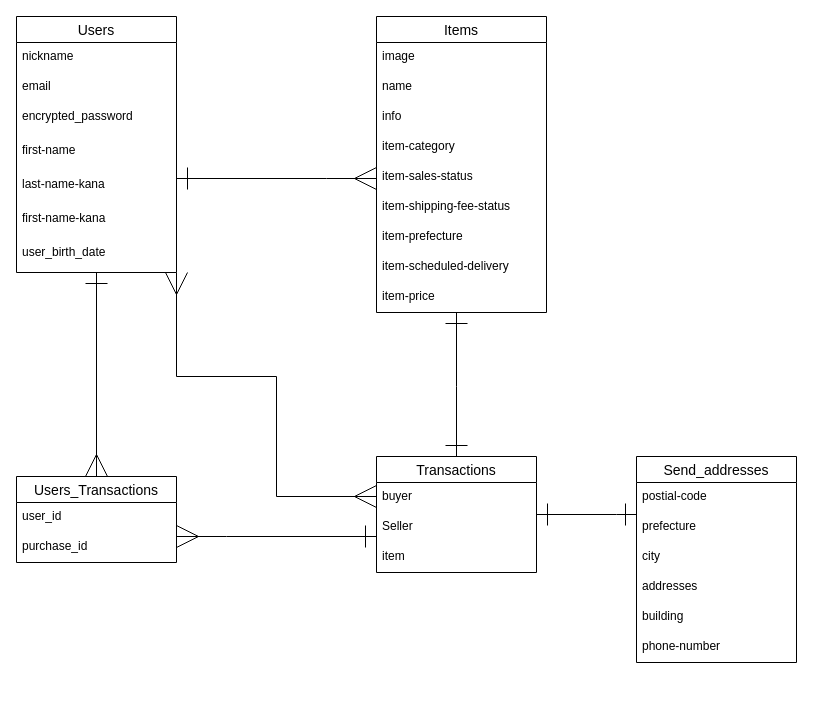
Above: furima.dio in TsunokakeTaiki/furima-31694 (draw.io), before the change. Source tidied: cells renumbered, new cells numbered last; positions are measured from the earlier drawing's top-left corner, leaving out a move shared by most shapes. Both pictures are drawn from the tidied source at 100%, with x=0, y=0 at pixel (16, 16).
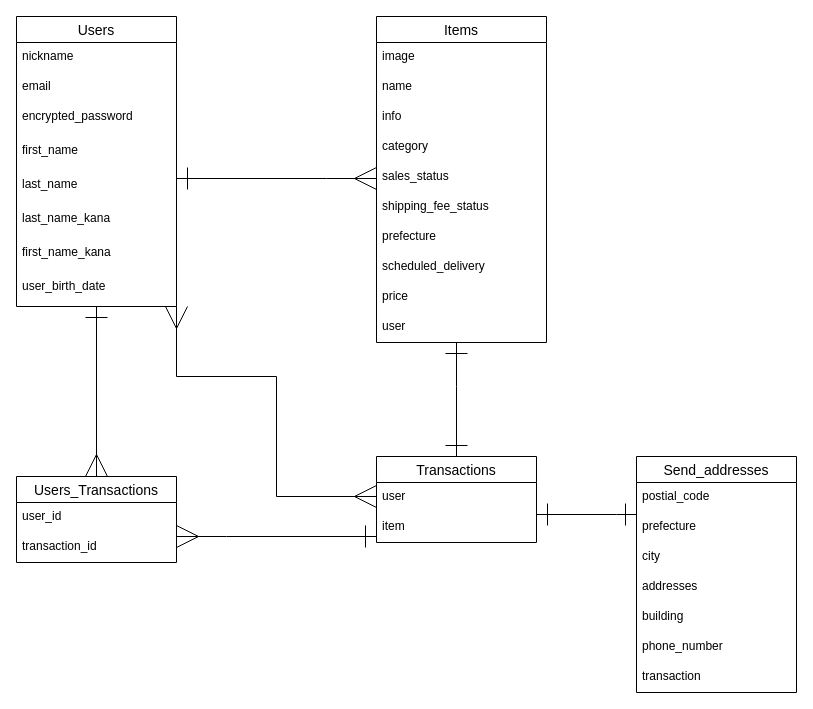
The same diagram, later.

Unchanged cells that the change refers to:
```xml
<mxCell id="30" value="Users_Transactions" style="swimlane;fontStyle=0;horizontal=1;startSize=26;align=center;fontSize=14;" parent="1" vertex="1">
  <mxGeometry y="460" width="160" height="86" as="geometry" />
</mxCell>
```

The edit, as a diff of the source:
```diff
@@
     <mxCell id="5" value="Transactions" style="swimlane;fontStyle=0;horizontal=1;startSize=26;align=center;fontSize=14;" parent="1" vertex="1">
-      <mxGeometry x="360" y="440" width="160" height="116" as="geometry" />
+      <mxGeometry x="360" y="440" width="160" height="86" as="geometry" />
     </mxCell>
-    <mxCell id="6" value="buyer" style="text;strokeColor=none;fillColor=none;spacingLeft=4;spacingRight=4;overflow=hidden;fontSize=12;" parent="5" vertex="1">
-      <mxGeometry y="26" width="160" height="30" as="geometry" />
-    </mxCell>
-    <mxCell id="7" value="Seller&#10;&#10;&#10;&#10;&#10;" style="text;strokeColor=none;fillColor=none;spacingLeft=4;spacingRight=4;overflow=hidden;fontSize=12;" parent="5" vertex="1">
-      <mxGeometry y="56" width="160" height="30" as="geometry" />
+    <mxCell id="7" value="user" style="text;strokeColor=none;fillColor=none;spacingLeft=4;spacingRight=4;overflow=hidden;fontSize=12;" parent="5" vertex="1">
+      <mxGeometry y="26" width="160" height="30" as="geometry" />
     </mxCell>
     <mxCell id="8" value="item" style="text;strokeColor=none;fillColor=none;spacingLeft=4;spacingRight=4;overflow=hidden;fontSize=12;" parent="5" vertex="1">
-      <mxGeometry y="86" width="160" height="30" as="geometry" />
+      <mxGeometry y="56" width="160" height="30" as="geometry" />
     </mxCell>
     <mxCell id="9" value="Items" style="swimlane;fontStyle=0;horizontal=1;startSize=26;align=center;fontSize=14;" parent="1" vertex="1">
-      <mxGeometry x="360" width="170" height="296" as="geometry" />
+      <mxGeometry x="360" width="170" height="326" as="geometry" />
     </mxCell>
@@
-    <mxCell id="13" value="item-category" style="text;strokeColor=none;fillColor=none;spacingLeft=4;spacingRight=4;overflow=hidden;fontSize=12;" parent="9" vertex="1">
+    <mxCell id="13" value="category" style="text;strokeColor=none;fillColor=none;spacingLeft=4;spacingRight=4;overflow=hidden;fontSize=12;" parent="9" vertex="1">
       <mxGeometry y="116" width="170" height="30" as="geometry" />
     </mxCell>
-    <mxCell id="14" value="item-sales-status" style="text;strokeColor=none;fillColor=none;spacingLeft=4;spacingRight=4;overflow=hidden;fontSize=12;" parent="9" vertex="1">
+    <mxCell id="14" value="sales_status" style="text;strokeColor=none;fillColor=none;spacingLeft=4;spacingRight=4;overflow=hidden;fontSize=12;" parent="9" vertex="1">
       <mxGeometry y="146" width="170" height="30" as="geometry" />
     </mxCell>
-    <mxCell id="15" value="item-shipping-fee-status" style="text;strokeColor=none;fillColor=none;spacingLeft=4;spacingRight=4;overflow=hidden;fontSize=12;" parent="9" vertex="1">
+    <mxCell id="15" value="shipping_fee_status" style="text;strokeColor=none;fillColor=none;spacingLeft=4;spacingRight=4;overflow=hidden;fontSize=12;" parent="9" vertex="1">
       <mxGeometry y="176" width="170" height="30" as="geometry" />
     </mxCell>
-    <mxCell id="16" value="item-prefecture" style="text;strokeColor=none;fillColor=none;spacingLeft=4;spacingRight=4;overflow=hidden;fontSize=12;" parent="9" vertex="1">
+    <mxCell id="16" value="prefecture" style="text;strokeColor=none;fillColor=none;spacingLeft=4;spacingRight=4;overflow=hidden;fontSize=12;" parent="9" vertex="1">
       <mxGeometry y="206" width="170" height="30" as="geometry" />
     </mxCell>
-    <mxCell id="17" value="item-scheduled-delivery" style="text;strokeColor=none;fillColor=none;spacingLeft=4;spacingRight=4;overflow=hidden;fontSize=12;" parent="9" vertex="1">
+    <mxCell id="17" value="scheduled_delivery" style="text;strokeColor=none;fillColor=none;spacingLeft=4;spacingRight=4;overflow=hidden;fontSize=12;" parent="9" vertex="1">
       <mxGeometry y="236" width="170" height="30" as="geometry" />
     </mxCell>
-    <mxCell id="18" value="item-price" style="text;strokeColor=none;fillColor=none;spacingLeft=4;spacingRight=4;overflow=hidden;fontSize=12;" parent="9" vertex="1">
+    <mxCell id="18" value="price" style="text;strokeColor=none;fillColor=none;spacingLeft=4;spacingRight=4;overflow=hidden;fontSize=12;" parent="9" vertex="1">
       <mxGeometry y="266" width="170" height="30" as="geometry" />
     </mxCell>
+    <mxCell id="40" value="user" style="text;strokeColor=none;fillColor=none;spacingLeft=4;spacingRight=4;overflow=hidden;fontSize=12;" parent="9" vertex="1">
+      <mxGeometry y="296" width="170" height="30" as="geometry" />
+    </mxCell>
@@
     <mxCell id="20" value="Users" style="swimlane;fontStyle=0;horizontal=1;startSize=26;align=center;fontSize=14;" parent="1" vertex="1">
-      <mxGeometry width="160" height="256" as="geometry" />
+      <mxGeometry width="160" height="290" as="geometry" />
     </mxCell>
@@
-    <mxCell id="24" value="first-name" style="text;strokeColor=none;fillColor=none;spacingLeft=4;spacingRight=4;overflow=hidden;fontSize=12;" parent="20" vertex="1">
-      <mxGeometry y="120" width="160" height="34" as="geometry" />
-    </mxCell>
+    <mxCell id="41" value="first_name" style="text;strokeColor=none;fillColor=none;spacingLeft=4;spacingRight=4;overflow=hidden;fontSize=12;" parent="20" vertex="1">
+      <mxGeometry y="120" width="160" height="34" as="geometry" />
+    </mxCell>
+    <mxCell id="42" value="last_name" style="text;strokeColor=none;fillColor=none;spacingLeft=4;spacingRight=4;overflow=hidden;fontSize=12;" parent="20" vertex="1">
+      <mxGeometry y="154" width="160" height="34" as="geometry" />
+    </mxCell>
-    <mxCell id="25" value="last-name-kana" style="text;strokeColor=none;fillColor=none;spacingLeft=4;spacingRight=4;overflow=hidden;fontSize=12;" parent="20" vertex="1">
-      <mxGeometry y="154" width="160" height="34" as="geometry" />
+    <mxCell id="25" value="last_name_kana" style="text;strokeColor=none;fillColor=none;spacingLeft=4;spacingRight=4;overflow=hidden;fontSize=12;" parent="20" vertex="1">
+      <mxGeometry y="188" width="160" height="34" as="geometry" />
     </mxCell>
-    <mxCell id="26" value="first-name-kana" style="text;strokeColor=none;fillColor=none;spacingLeft=4;spacingRight=4;overflow=hidden;fontSize=12;" parent="20" vertex="1">
-      <mxGeometry y="188" width="160" height="34" as="geometry" />
+    <mxCell id="26" value="first_name_kana" style="text;strokeColor=none;fillColor=none;spacingLeft=4;spacingRight=4;overflow=hidden;fontSize=12;" parent="20" vertex="1">
+      <mxGeometry y="222" width="160" height="34" as="geometry" />
     </mxCell>
     <mxCell id="27" value="user_birth_date" style="text;strokeColor=none;fillColor=none;spacingLeft=4;spacingRight=4;overflow=hidden;fontSize=12;" parent="20" vertex="1">
-      <mxGeometry y="222" width="160" height="34" as="geometry" />
+      <mxGeometry y="256" width="160" height="34" as="geometry" />
     </mxCell>
@@
-    <mxCell id="32" value="purchase_id" style="text;strokeColor=none;fillColor=none;spacingLeft=4;spacingRight=4;overflow=hidden;fontSize=12;" parent="30" vertex="1">
+    <mxCell id="32" value="transaction_id" style="text;strokeColor=none;fillColor=none;spacingLeft=4;spacingRight=4;overflow=hidden;fontSize=12;" parent="30" vertex="1">
       <mxGeometry y="56" width="160" height="30" as="geometry" />
     </mxCell>
     <mxCell id="33" value="Send_addresses" style="swimlane;fontStyle=0;horizontal=1;startSize=26;align=center;fontSize=14;" parent="1" vertex="1">
-      <mxGeometry x="620" y="440" width="160" height="206" as="geometry" />
+      <mxGeometry x="620" y="440" width="160" height="236" as="geometry" />
     </mxCell>
-    <mxCell id="34" value="postial-code" style="text;strokeColor=none;fillColor=none;spacingLeft=4;spacingRight=4;overflow=hidden;fontSize=12;" parent="33" vertex="1">
+    <mxCell id="34" value="postial_code" style="text;strokeColor=none;fillColor=none;spacingLeft=4;spacingRight=4;overflow=hidden;fontSize=12;" parent="33" vertex="1">
       <mxGeometry y="26" width="160" height="30" as="geometry" />
     </mxCell>
@@
-    <mxCell id="39" value="phone-number" style="text;strokeColor=none;fillColor=none;spacingLeft=4;spacingRight=4;overflow=hidden;fontSize=12;" parent="33" vertex="1">
+    <mxCell id="39" value="phone_number" style="text;strokeColor=none;fillColor=none;spacingLeft=4;spacingRight=4;overflow=hidden;fontSize=12;" parent="33" vertex="1">
       <mxGeometry y="176" width="160" height="30" as="geometry" />
     </mxCell>
+    <mxCell id="43" value="transaction" style="text;strokeColor=none;fillColor=none;spacingLeft=4;spacingRight=4;overflow=hidden;fontSize=12;" parent="33" vertex="1">
+      <mxGeometry y="206" width="160" height="30" as="geometry" />
+    </mxCell>
```
